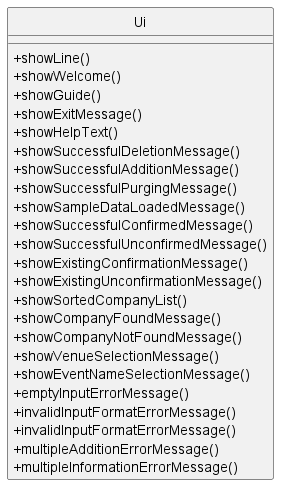
Earlier version of the PlantUML export docs/UML/Image/Ui_class.png (nus-cs2113-AY2223S2/tp).
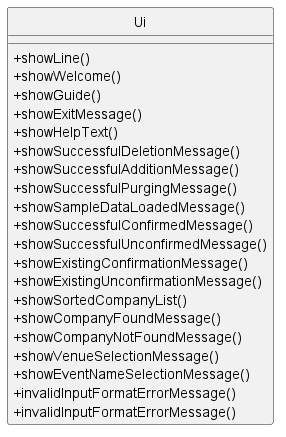
Above is the later version.

Commit message:
Update Ui class diagram

The edit, as a diff of the source:
```diff
@@ -23,11 +23,8 @@
 +showCompanyNotFoundMessage()
 +showVenueSelectionMessage()
 +showEventNameSelectionMessage()
-+emptyInputErrorMessage()
 +invalidInputFormatErrorMessage()
 +invalidInputFormatErrorMessage()
-+multipleAdditionErrorMessage()
-+multipleInformationErrorMessage()
 }
 
 
```
